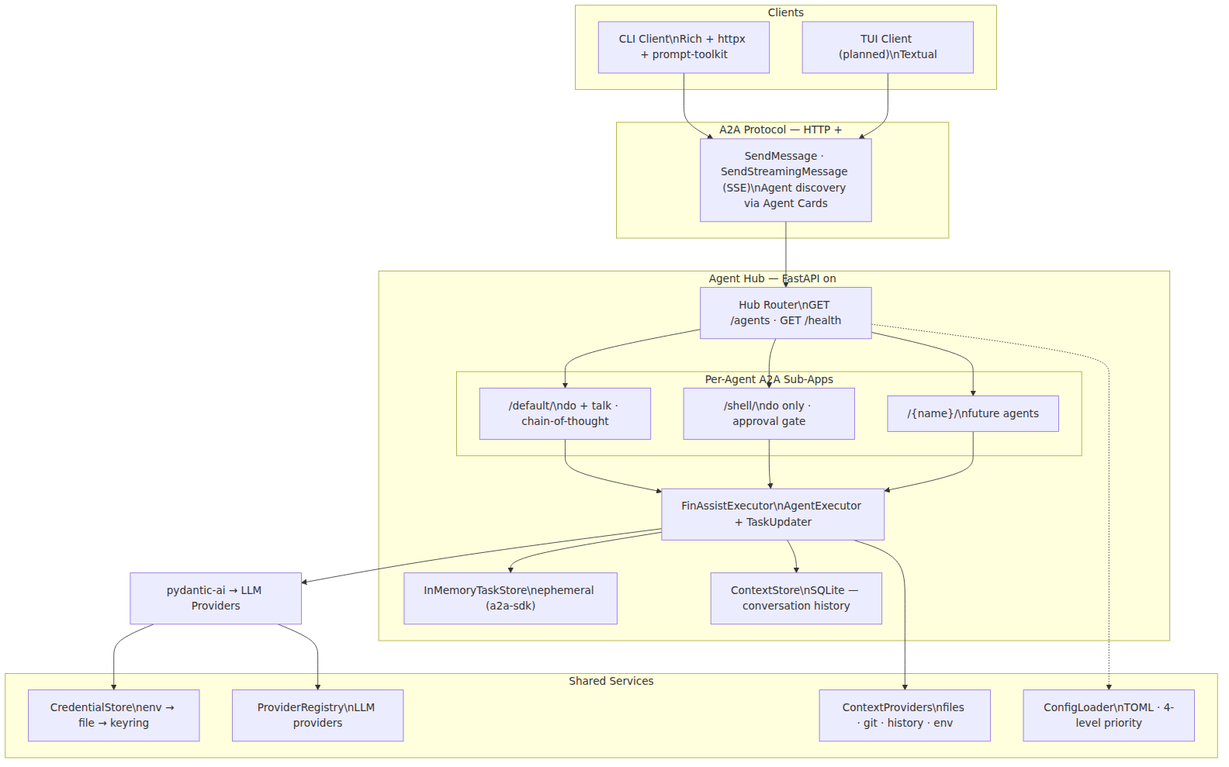
Earlier version of the Mermaid export docs/diagrams/system-architecture.png (ColeB1722/fin-assist). Its source is kept beside it as docs/diagrams/system-architecture.mmd.
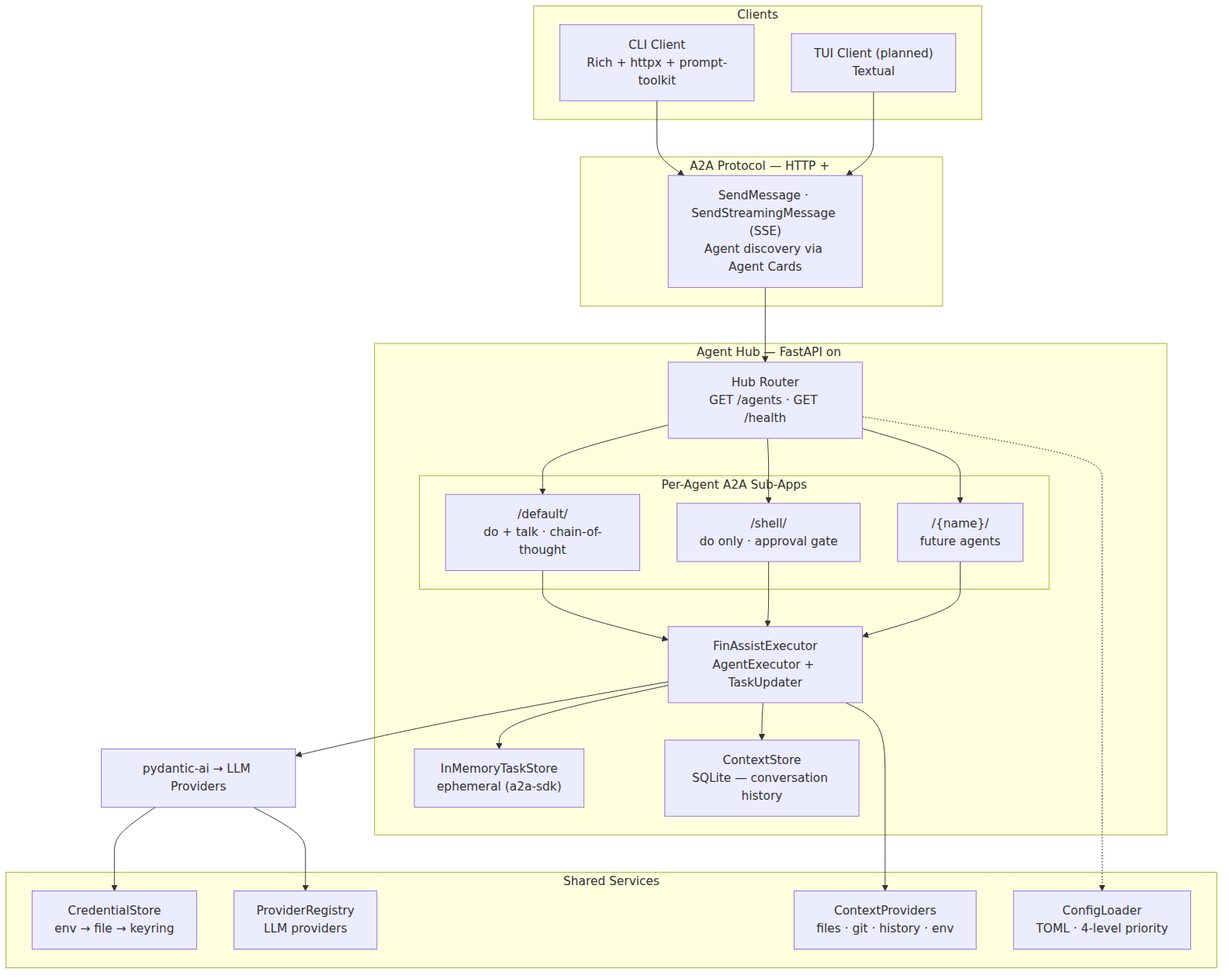
Above is the later version.

Diff of the diagram source:
```diff
@@ -1,32 +1,32 @@
 graph TD
     subgraph Clients
-        CLI["CLI Client\nRich + httpx + prompt-toolkit"]
-        TUI["TUI Client (planned)\nTextual"]
+        CLI["CLI Client<br/>Rich + httpx + prompt-toolkit"]
+        TUI["TUI Client (planned)<br/>Textual"]
     end
 
     subgraph "A2A Protocol — HTTP + JSON-RPC"
-        RPC["SendMessage · SendStreamingMessage (SSE)\nAgent discovery via Agent Cards"]
+        RPC["SendMessage · SendStreamingMessage (SSE)<br/>Agent discovery via Agent Cards"]
     end
 
     subgraph "Agent Hub — FastAPI on 127.0.0.1:4096"
-        HUB["Hub Router\nGET /agents · GET /health"]
+        HUB["Hub Router<br/>GET /agents · GET /health"]
 
         subgraph "Per-Agent A2A Sub-Apps"
-            D["/default/\ndo + talk · chain-of-thought"]
-            S["/shell/\ndo only · approval gate"]
-            F["/{name}/\nfuture agents"]
+            D["/default/<br/>do + talk · chain-of-thought"]
+            S["/shell/<br/>do only · approval gate"]
+            F["/{name}/<br/>future agents"]
         end
 
-        EXEC["FinAssistExecutor\nAgentExecutor + TaskUpdater"]
-        TS["InMemoryTaskStore\nephemeral (a2a-sdk)"]
-        CS["ContextStore\nSQLite — conversation history"]
+        EXEC["FinAssistExecutor<br/>AgentExecutor + TaskUpdater"]
+        TS["InMemoryTaskStore<br/>ephemeral (a2a-sdk)"]
+        CS["ContextStore<br/>SQLite — conversation history"]
     end
 
     subgraph "Shared Services"
-        CREDS["CredentialStore\nenv → file → keyring"]
-        CONFIG["ConfigLoader\nTOML · 4-level priority"]
-        CTXP["ContextProviders\nfiles · git · history · env"]
-        REG["ProviderRegistry\nLLM providers"]
+        CREDS["CredentialStore<br/>env → file → keyring"]
+        CONFIG["ConfigLoader<br/>TOML · 4-level priority"]
+        CTXP["ContextProviders<br/>files · git · history · env"]
+        REG["ProviderRegistry<br/>LLM providers"]
     end
 
     LLM["pydantic-ai → LLM Providers"]
```
